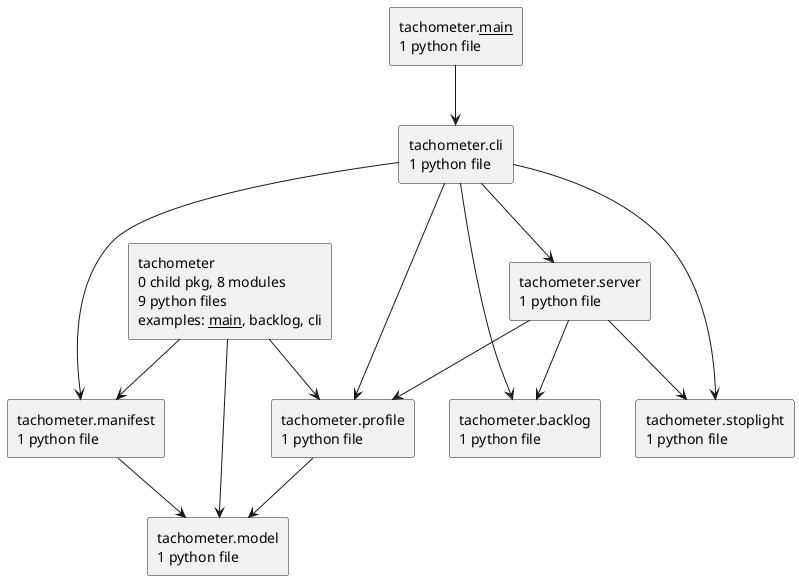
Earlier version of the PlantUML export docs/diagrams/python-packages.puml.png (casonk/tachometer). The source it was exported from:
```plantuml
@startuml packages_tachometer
set namespaceSeparator none
top to bottom direction
skinparam componentStyle rectangle
rectangle "tachometer\n0 child pkg, 8 modules\n9 python files\nexamples: __main__, backlog, cli" as tachometer
rectangle "tachometer.__main__\n1 python file" as tachometer.__main__
rectangle "tachometer.backlog\n1 python file" as tachometer.backlog
rectangle "tachometer.cli\n1 python file" as tachometer.cli
rectangle "tachometer.manifest\n1 python file" as tachometer.manifest
rectangle "tachometer.model\n1 python file" as tachometer.model
rectangle "tachometer.profile\n1 python file" as tachometer.profile
rectangle "tachometer.server\n1 python file" as tachometer.server
rectangle "tachometer.stoplight\n1 python file" as tachometer.stoplight
tachometer --> tachometer.manifest
tachometer --> tachometer.model
tachometer --> tachometer.profile
tachometer.__main__ --> tachometer.cli
tachometer.cli --> tachometer.backlog
tachometer.cli --> tachometer.manifest
tachometer.cli --> tachometer.profile
tachometer.cli --> tachometer.server
tachometer.cli --> tachometer.stoplight
tachometer.manifest --> tachometer.model
tachometer.profile --> tachometer.model
tachometer.server --> tachometer.backlog
tachometer.server --> tachometer.profile
tachometer.server --> tachometer.stoplight
@enduml
```
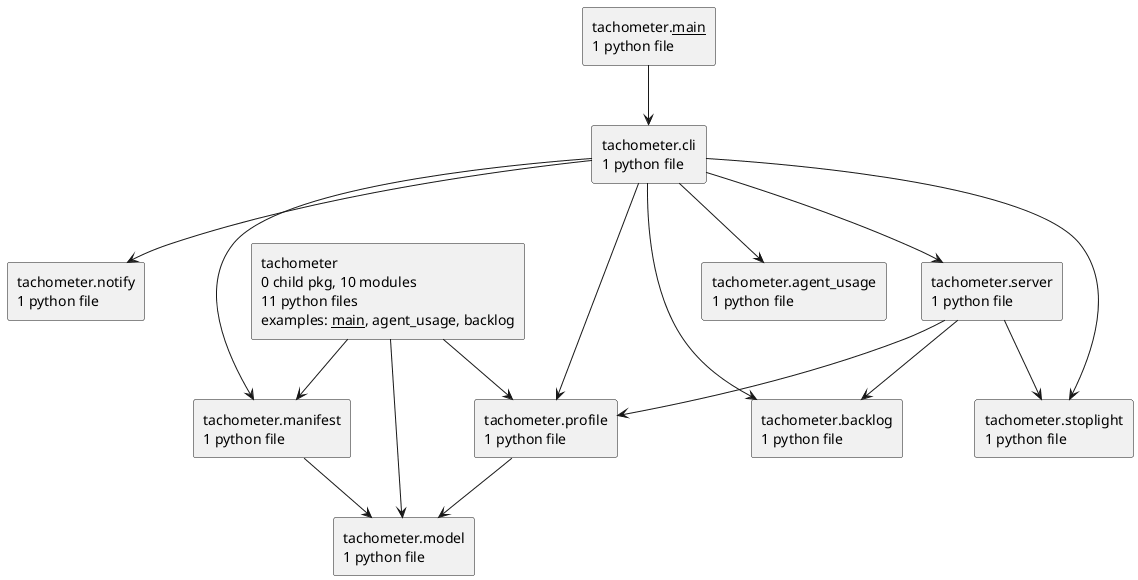
The same diagram one commit later.

Diff of the diagram source:
```diff
@@ -2,12 +2,14 @@
 set namespaceSeparator none
 top to bottom direction
 skinparam componentStyle rectangle
-rectangle "tachometer\n0 child pkg, 8 modules\n9 python files\nexamples: __main__, backlog, cli" as tachometer
+rectangle "tachometer\n0 child pkg, 10 modules\n11 python files\nexamples: __main__, agent_usage, backlog" as tachometer
 rectangle "tachometer.__main__\n1 python file" as tachometer.__main__
+rectangle "tachometer.agent_usage\n1 python file" as tachometer.agent_usage
 rectangle "tachometer.backlog\n1 python file" as tachometer.backlog
 rectangle "tachometer.cli\n1 python file" as tachometer.cli
 rectangle "tachometer.manifest\n1 python file" as tachometer.manifest
 rectangle "tachometer.model\n1 python file" as tachometer.model
+rectangle "tachometer.notify\n1 python file" as tachometer.notify
 rectangle "tachometer.profile\n1 python file" as tachometer.profile
 rectangle "tachometer.server\n1 python file" as tachometer.server
 rectangle "tachometer.stoplight\n1 python file" as tachometer.stoplight
@@ -15,8 +17,10 @@
 tachometer --> tachometer.model
 tachometer --> tachometer.profile
 tachometer.__main__ --> tachometer.cli
+tachometer.cli --> tachometer.agent_usage
 tachometer.cli --> tachometer.backlog
 tachometer.cli --> tachometer.manifest
+tachometer.cli --> tachometer.notify
 tachometer.cli --> tachometer.profile
 tachometer.cli --> tachometer.server
 tachometer.cli --> tachometer.stoplight
```
